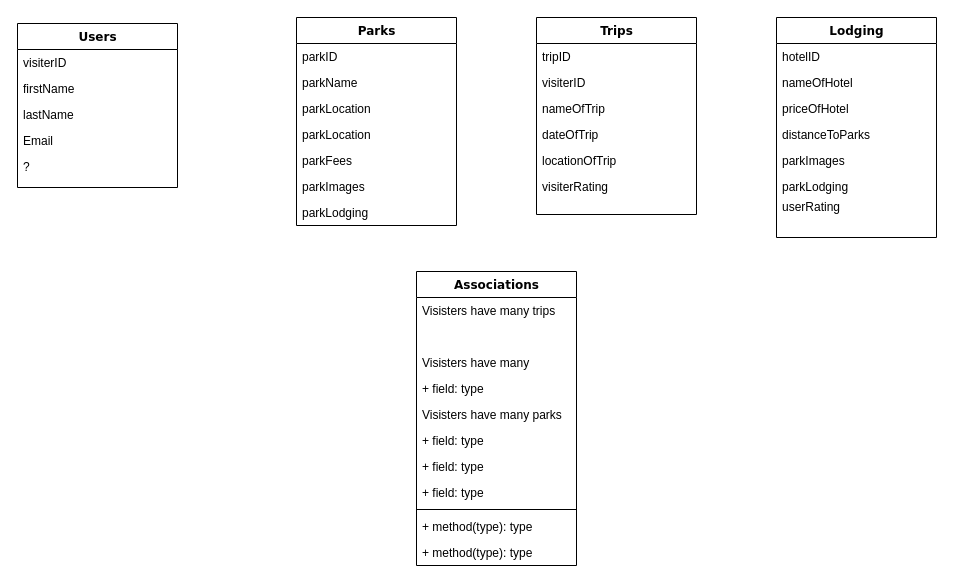
Above: Untitled Diagram.drawio in mjbulostin/ParkRangers (draw.io), before the change. Source tidied: cells renumbered, new cells numbered last; positions are measured from the earlier drawing's top-left corner, leaving out a move shared by most shapes. Both pictures are drawn from the tidied source at 100%, with x=0, y=0 at pixel (17, 17).
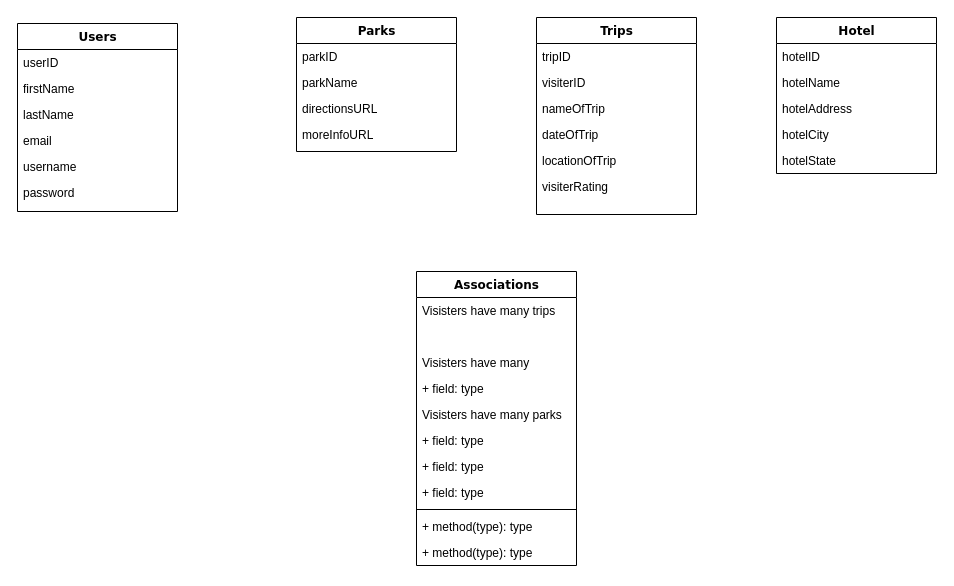
The same page after the edit.

Change to the diagram source:
```diff
@@
     <mxCell id="2" value="Users" style="swimlane;html=1;fontStyle=1;align=center;verticalAlign=top;horizontal=1;startSize=26;swimlaneFillColor=#ffffff;rounded=0;shadow=0;comic=0;labelBackgroundColor=none;strokeWidth=1;fillColor=none;fontFamily=Verdana;fontSize=12;" parent="1" vertex="1">
-      <mxGeometry y="6" width="160" height="164" as="geometry" />
+      <mxGeometry y="6" width="160" height="188" as="geometry" />
     </mxCell>
-    <mxCell id="3" value="visiterID" style="text;html=1;strokeColor=none;fillColor=none;align=left;verticalAlign=top;spacingLeft=4;spacingRight=4;whiteSpace=wrap;overflow=hidden;" parent="2" vertex="1">
+    <mxCell id="3" value="userID" style="text;html=1;strokeColor=none;fillColor=none;align=left;verticalAlign=top;spacingLeft=4;spacingRight=4;whiteSpace=wrap;overflow=hidden;" parent="2" vertex="1">
       <mxGeometry y="26" width="160" height="26" as="geometry" />
     </mxCell>
@@
-    <mxCell id="6" value="Email" style="text;html=1;strokeColor=none;fillColor=none;align=left;verticalAlign=top;spacingLeft=4;spacingRight=4;whiteSpace=wrap;overflow=hidden;" parent="2" vertex="1">
+    <mxCell id="6" value="email" style="text;html=1;strokeColor=none;fillColor=none;align=left;verticalAlign=top;spacingLeft=4;spacingRight=4;whiteSpace=wrap;overflow=hidden;" parent="2" vertex="1">
       <mxGeometry y="104" width="160" height="26" as="geometry" />
     </mxCell>
+    <mxCell id="43" value="username" style="text;html=1;strokeColor=none;fillColor=none;align=left;verticalAlign=top;spacingLeft=4;spacingRight=4;whiteSpace=wrap;overflow=hidden;" parent="2" vertex="1">
+      <mxGeometry y="130" width="160" height="26" as="geometry" />
+    </mxCell>
-    <mxCell id="7" value="?" style="text;html=1;strokeColor=none;fillColor=none;align=left;verticalAlign=top;spacingLeft=4;spacingRight=4;whiteSpace=wrap;overflow=hidden;" parent="2" vertex="1">
-      <mxGeometry y="130" width="160" height="26" as="geometry" />
+    <mxCell id="7" value="password" style="text;html=1;strokeColor=none;fillColor=none;align=left;verticalAlign=top;spacingLeft=4;spacingRight=4;whiteSpace=wrap;overflow=hidden;" parent="2" vertex="1">
+      <mxGeometry y="156" width="160" height="24" as="geometry" />
     </mxCell>
     <mxCell id="8" value="Parks" style="swimlane;html=1;fontStyle=1;align=center;verticalAlign=top;horizontal=1;startSize=26;swimlaneFillColor=#ffffff;rounded=0;shadow=0;comic=0;labelBackgroundColor=none;strokeWidth=1;fillColor=none;fontFamily=Verdana;fontSize=12;" parent="1" vertex="1">
-      <mxGeometry x="279" width="160" height="208" as="geometry" />
+      <mxGeometry x="279" width="160" height="134" as="geometry" />
     </mxCell>
@@
-    <mxCell id="11" value="parkLocation" style="text;html=1;strokeColor=none;fillColor=none;align=left;verticalAlign=top;spacingLeft=4;spacingRight=4;whiteSpace=wrap;overflow=hidden;" parent="8" vertex="1">
+    <mxCell id="11" value="directionsURL" style="text;html=1;strokeColor=none;fillColor=none;align=left;verticalAlign=top;spacingLeft=4;spacingRight=4;whiteSpace=wrap;overflow=hidden;" parent="8" vertex="1">
       <mxGeometry y="78" width="160" height="26" as="geometry" />
     </mxCell>
-    <mxCell id="12" value="parkLocation" style="text;html=1;strokeColor=none;fillColor=none;align=left;verticalAlign=top;spacingLeft=4;spacingRight=4;whiteSpace=wrap;overflow=hidden;" parent="8" vertex="1">
+    <mxCell id="12" value="moreInfoURL" style="text;html=1;strokeColor=none;fillColor=none;align=left;verticalAlign=top;spacingLeft=4;spacingRight=4;whiteSpace=wrap;overflow=hidden;" parent="8" vertex="1">
       <mxGeometry y="104" width="160" height="26" as="geometry" />
     </mxCell>
-    <mxCell id="13" value="parkFees" style="text;html=1;strokeColor=none;fillColor=none;align=left;verticalAlign=top;spacingLeft=4;spacingRight=4;whiteSpace=wrap;overflow=hidden;" parent="8" vertex="1">
-      <mxGeometry y="130" width="160" height="26" as="geometry" />
-    </mxCell>
-    <mxCell id="14" value="parkImages" style="text;html=1;strokeColor=none;fillColor=none;align=left;verticalAlign=top;spacingLeft=4;spacingRight=4;whiteSpace=wrap;overflow=hidden;" parent="8" vertex="1">
-      <mxGeometry y="156" width="160" height="26" as="geometry" />
-    </mxCell>
-    <mxCell id="15" value="parkLodging" style="text;html=1;strokeColor=none;fillColor=none;align=left;verticalAlign=top;spacingLeft=4;spacingRight=4;whiteSpace=wrap;overflow=hidden;" parent="8" vertex="1">
-      <mxGeometry y="182" width="160" height="26" as="geometry" />
-    </mxCell>
@@
-    <mxCell id="35" value="Lodging" style="swimlane;html=1;fontStyle=1;align=center;verticalAlign=top;horizontal=1;startSize=26;swimlaneFillColor=#ffffff;rounded=0;shadow=0;comic=0;labelBackgroundColor=none;strokeWidth=1;fillColor=none;fontFamily=Verdana;fontSize=12;" parent="1" vertex="1">
-      <mxGeometry x="759" width="160" height="220" as="geometry" />
+    <mxCell id="35" value="Hotel" style="swimlane;html=1;fontStyle=1;align=center;verticalAlign=top;horizontal=1;startSize=26;swimlaneFillColor=#ffffff;rounded=0;shadow=0;comic=0;labelBackgroundColor=none;strokeWidth=1;fillColor=none;fontFamily=Verdana;fontSize=12;" parent="1" vertex="1">
+      <mxGeometry x="759" width="160" height="156" as="geometry" />
     </mxCell>
@@
-    <mxCell id="37" value="nameOfHotel" style="text;html=1;strokeColor=none;fillColor=none;align=left;verticalAlign=top;spacingLeft=4;spacingRight=4;whiteSpace=wrap;overflow=hidden;" parent="35" vertex="1">
+    <mxCell id="37" value="hotelName" style="text;html=1;strokeColor=none;fillColor=none;align=left;verticalAlign=top;spacingLeft=4;spacingRight=4;whiteSpace=wrap;overflow=hidden;" parent="35" vertex="1">
       <mxGeometry y="52" width="160" height="26" as="geometry" />
     </mxCell>
-    <mxCell id="38" value="priceOfHotel" style="text;html=1;strokeColor=none;fillColor=none;align=left;verticalAlign=top;spacingLeft=4;spacingRight=4;whiteSpace=wrap;overflow=hidden;" parent="35" vertex="1">
+    <mxCell id="38" value="hotelAddress" style="text;html=1;strokeColor=none;fillColor=none;align=left;verticalAlign=top;spacingLeft=4;spacingRight=4;whiteSpace=wrap;overflow=hidden;" parent="35" vertex="1">
       <mxGeometry y="78" width="160" height="26" as="geometry" />
     </mxCell>
-    <mxCell id="39" value="distanceToParks" style="text;html=1;strokeColor=none;fillColor=none;align=left;verticalAlign=top;spacingLeft=4;spacingRight=4;whiteSpace=wrap;overflow=hidden;" parent="35" vertex="1">
+    <mxCell id="39" value="hotelCity" style="text;html=1;strokeColor=none;fillColor=none;align=left;verticalAlign=top;spacingLeft=4;spacingRight=4;whiteSpace=wrap;overflow=hidden;" parent="35" vertex="1">
       <mxGeometry y="104" width="160" height="26" as="geometry" />
     </mxCell>
-    <mxCell id="40" value="parkImages" style="text;html=1;strokeColor=none;fillColor=none;align=left;verticalAlign=top;spacingLeft=4;spacingRight=4;whiteSpace=wrap;overflow=hidden;" parent="35" vertex="1">
+    <mxCell id="40" value="hotelState" style="text;html=1;strokeColor=none;fillColor=none;align=left;verticalAlign=top;spacingLeft=4;spacingRight=4;whiteSpace=wrap;overflow=hidden;" parent="35" vertex="1">
       <mxGeometry y="130" width="160" height="26" as="geometry" />
     </mxCell>
-    <mxCell id="41" value="parkLodging" style="text;html=1;strokeColor=none;fillColor=none;align=left;verticalAlign=top;spacingLeft=4;spacingRight=4;whiteSpace=wrap;overflow=hidden;" parent="35" vertex="1">
-      <mxGeometry y="156" width="160" height="64" as="geometry" />
-    </mxCell>
-    <mxCell id="42" value="userRating" style="text;html=1;strokeColor=none;fillColor=none;align=left;verticalAlign=top;spacingLeft=4;spacingRight=4;whiteSpace=wrap;overflow=hidden;" parent="1" vertex="1">
-      <mxGeometry x="759" y="176" width="160" height="26" as="geometry" />
-    </mxCell>
```
